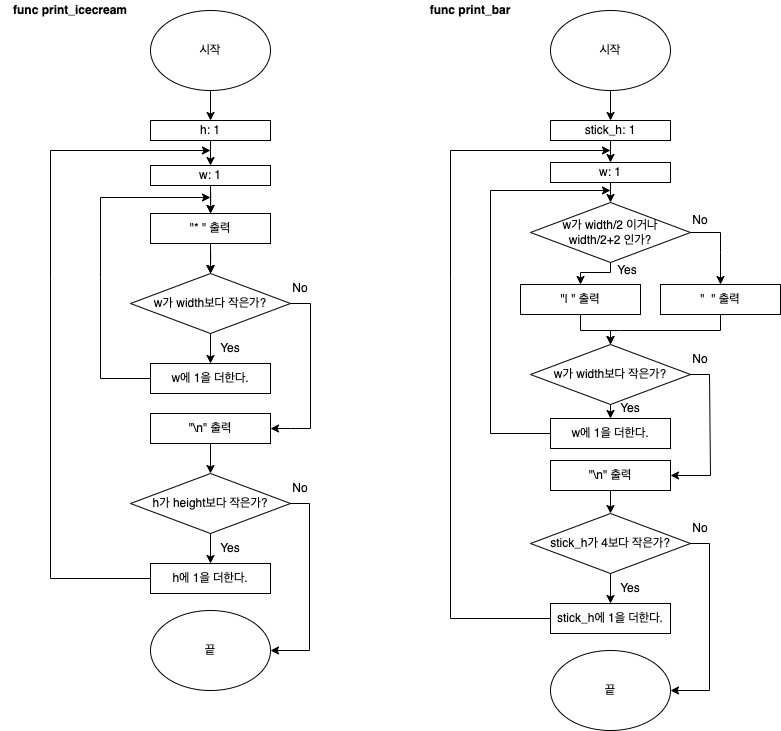
Earlier version of the draw.io export icecream_flowchart.png (yagom-academy/swift-starter-Round1). Source tidied: cells renumbered, new cells last; positions are measured from the earlier drawing's top-left corner, leaving out a move shared by most shapes.
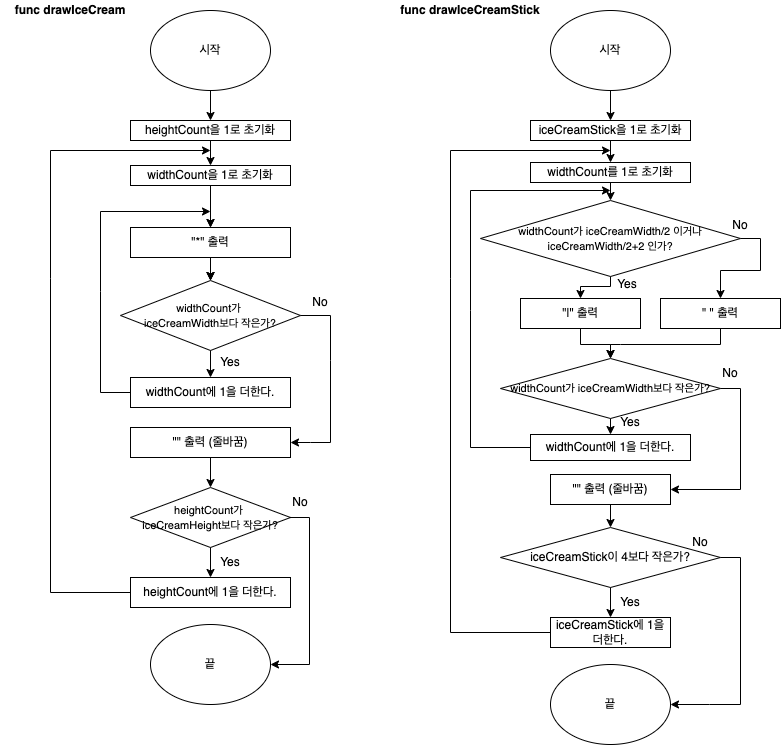
The same file after the commit.

Commit message:
icecream bug fix

What changed in the source:
```diff
@@ -10,71 +10,72 @@
     </mxCell>
     <mxCell id="4" style="edgeStyle=orthogonalEdgeStyle;rounded=0;jettySize=auto;html=1;" parent="1" edge="1" target="7">
       <mxGeometry relative="1" as="geometry">
-        <mxPoint x="210" y="240" as="sourcePoint" />
+        <mxPoint x="210" y="254" as="sourcePoint" />
       </mxGeometry>
     </mxCell>
-    <mxCell id="5" value="h: 1" style="rounded=0;whiteSpace=wrap;html=1;" parent="1" vertex="1">
-      <mxGeometry x="150" y="120" width="120" height="20" as="geometry" />
+    <mxCell id="5" value="heightCount을 1로 초기화" style="rounded=0;whiteSpace=wrap;html=1;" parent="1" vertex="1">
+      <mxGeometry x="130" y="120" width="160" height="20" as="geometry" />
     </mxCell>
     <mxCell id="6" style="endArrow=classic;html=1;rounded=0;exitX=0.5;exitY=1;exitDx=0;exitDy=0;" parent="1" edge="1" source="24" target="50">
       <mxGeometry relative="1" as="geometry" />
     </mxCell>
-    <mxCell id="7" value="w가 width보다 작은가?" style="rhombus;whiteSpace=wrap;html=1;" parent="1" vertex="1">
-      <mxGeometry x="130" y="273" width="160" height="60" as="geometry" />
+    <mxCell id="7" value="&lt;font style=&quot;font-size: 11px;&quot;&gt;widthCount가&amp;nbsp;&lt;br&gt;iceCreamWidth&lt;span style=&quot;background-color: initial;&quot;&gt;보다 작은가?&lt;/span&gt;&lt;/font&gt;" style="rhombus;whiteSpace=wrap;html=1;" parent="1" vertex="1">
+      <mxGeometry x="120" y="280" width="180" height="70" as="geometry" />
     </mxCell>
-    <mxCell id="8" value="w에 1을 더한다." style="rounded=0;whiteSpace=wrap;html=1;" parent="1" vertex="1">
-      <mxGeometry x="150" y="363" width="120" height="30" as="geometry" />
+    <mxCell id="8" value="widthCount에 1을 더한다." style="rounded=0;whiteSpace=wrap;html=1;" parent="1" vertex="1">
+      <mxGeometry x="130" y="377" width="160" height="30" as="geometry" />
     </mxCell>
     <mxCell id="9" style="endArrow=classic;html=1;rounded=0;" parent="1" edge="1" target="7">
       <mxGeometry relative="1" as="geometry">
-        <mxPoint x="210" y="243" as="sourcePoint" />
+        <mxPoint x="210" y="257" as="sourcePoint" />
       </mxGeometry>
     </mxCell>
     <mxCell id="10" style="endArrow=classic;html=1;rounded=0;exitX=0.5;exitY=1;exitDx=0;exitDy=0;entryX=0.5;entryY=0;entryDx=0;entryDy=0;" parent="1" edge="1" source="7" target="8">
       <mxGeometry relative="1" as="geometry" />
     </mxCell>
     <mxCell id="11" value="Yes" style="text;html=1;strokeColor=none;fillColor=none;align=center;verticalAlign=middle;whiteSpace=wrap;rounded=0;" parent="1" vertex="1">
-      <mxGeometry x="200" y="333" width="60" height="30" as="geometry" />
+      <mxGeometry x="200" y="347" width="60" height="30" as="geometry" />
     </mxCell>
-    <mxCell id="12" style="endArrow=classic;html=1;rounded=0;entryX=1;entryY=0.5;entryDx=0;entryDy=0;startArrow=none;" parent="1" edge="1" target="13">
+    <mxCell id="12" style="endArrow=classic;html=1;rounded=0;entryX=1;entryY=0.5;entryDx=0;entryDy=0;startArrow=none;exitX=1;exitY=0.5;exitDx=0;exitDy=0;" parent="1" edge="1" source="7" target="13">
       <mxGeometry relative="1" as="geometry">
-        <mxPoint x="290" y="303" as="sourcePoint" />
         <Array as="points">
-          <mxPoint x="310" y="303" />
-          <mxPoint x="310" y="428" />
-          <mxPoint x="290" y="428" />
+          <mxPoint x="330" y="315" />
+          <mxPoint x="330" y="360" />
+          <mxPoint x="330" y="442" />
+          <mxPoint x="310" y="442" />
+          <mxPoint x="290" y="442" />
         </Array>
       </mxGeometry>
     </mxCell>
-    <mxCell id="13" value="&quot;\n&quot; 출력" style="rounded=0;whiteSpace=wrap;html=1;" parent="1" vertex="1">
-      <mxGeometry x="150" y="413" width="120" height="30" as="geometry" />
+    <mxCell id="13" value="&quot;&quot; 출력 (줄바꿈)" style="rounded=0;whiteSpace=wrap;html=1;" parent="1" vertex="1">
+      <mxGeometry x="130" y="427" width="160" height="30" as="geometry" />
     </mxCell>
     <mxCell id="14" style="endArrow=classic;html=1;rounded=0;exitX=0;exitY=0.5;exitDx=0;exitDy=0;" parent="1" edge="1" source="8">
       <mxGeometry relative="1" as="geometry">
-        <mxPoint x="210" y="197" as="targetPoint" />
+        <mxPoint x="210" y="211" as="targetPoint" />
         <Array as="points">
-          <mxPoint x="100" y="378" />
-          <mxPoint x="100" y="277" />
-          <mxPoint x="100" y="197" />
+          <mxPoint x="100" y="392" />
+          <mxPoint x="100" y="291" />
+          <mxPoint x="100" y="211" />
         </Array>
       </mxGeometry>
     </mxCell>
     <mxCell id="15" value="No" style="text;html=1;strokeColor=none;fillColor=none;align=center;verticalAlign=middle;whiteSpace=wrap;rounded=0;" parent="1" vertex="1">
-      <mxGeometry x="270" y="273" width="60" height="30" as="geometry" />
+      <mxGeometry x="290" y="287" width="60" height="30" as="geometry" />
     </mxCell>
     <mxCell id="16" style="endArrow=classic;html=1;rounded=0;" parent="1" edge="1" target="17">
       <mxGeometry relative="1" as="geometry">
-        <mxPoint x="210" y="443" as="sourcePoint" />
+        <mxPoint x="210" y="457" as="sourcePoint" />
       </mxGeometry>
     </mxCell>
-    <mxCell id="17" value="h가 height보다 작은가?" style="rhombus;whiteSpace=wrap;html=1;" parent="1" vertex="1">
-      <mxGeometry x="130" y="473" width="160" height="60" as="geometry" />
+    <mxCell id="17" value="&lt;font style=&quot;font-size: 11px;&quot;&gt;heightCount가&amp;nbsp;&lt;br&gt;iceCreamHeight&lt;span style=&quot;background-color: initial;&quot;&gt;보다 작은가?&lt;/span&gt;&lt;/font&gt;" style="rhombus;whiteSpace=wrap;html=1;" parent="1" vertex="1">
+      <mxGeometry x="130" y="487" width="160" height="60" as="geometry" />
     </mxCell>
     <mxCell id="18" value="Yes" style="text;html=1;strokeColor=none;fillColor=none;align=center;verticalAlign=middle;whiteSpace=wrap;rounded=0;" parent="1" vertex="1">
-      <mxGeometry x="200" y="533" width="60" height="30" as="geometry" />
+      <mxGeometry x="200" y="547" width="60" height="30" as="geometry" />
     </mxCell>
-    <mxCell id="19" value="h에 1을 더한다." style="rounded=0;whiteSpace=wrap;html=1;" parent="1" vertex="1">
-      <mxGeometry x="150" y="563" width="120" height="30" as="geometry" />
+    <mxCell id="19" value="heightCount에 1을 더한다." style="rounded=0;whiteSpace=wrap;html=1;" parent="1" vertex="1">
+      <mxGeometry x="130" y="577" width="160" height="30" as="geometry" />
     </mxCell>
     <mxCell id="20" style="endArrow=classic;html=1;rounded=0;exitX=0.5;exitY=1;exitDx=0;exitDy=0;" parent="1" edge="1" source="17" target="19">
       <mxGeometry relative="1" as="geometry" />
@@ -83,7 +84,7 @@
       <mxGeometry relative="1" as="geometry">
         <mxPoint x="210" y="150" as="targetPoint" />
         <Array as="points">
-          <mxPoint x="50" y="578" />
+          <mxPoint x="50" y="592" />
           <mxPoint x="50" y="278" />
           <mxPoint x="50" y="150" />
         </Array>
@@ -91,31 +92,31 @@
     </mxCell>
     <mxCell id="22" style="edgeStyle=orthogonalEdgeStyle;rounded=0;jettySize=auto;html=1;" parent="1" edge="1" target="7">
       <mxGeometry relative="1" as="geometry">
-        <mxPoint x="210" y="230" as="sourcePoint" />
+        <mxPoint x="210" y="244" as="sourcePoint" />
       </mxGeometry>
     </mxCell>
     <mxCell id="23" style="edgeStyle=orthogonalEdgeStyle;rounded=0;jettySize=auto;html=1;" parent="1" edge="1" source="24" target="50">
       <mxGeometry relative="1" as="geometry" />
     </mxCell>
-    <mxCell id="24" value="w: 1" style="rounded=0;whiteSpace=wrap;html=1;" parent="1" vertex="1">
-      <mxGeometry x="150" y="165" width="120" height="20" as="geometry" />
+    <mxCell id="24" value="widthCount을 1로 초기화" style="rounded=0;whiteSpace=wrap;html=1;" parent="1" vertex="1">
+      <mxGeometry x="130" y="165" width="160" height="20" as="geometry" />
     </mxCell>
     <mxCell id="25" style="endArrow=classic;html=1;rounded=0;entryX=1;entryY=0.5;entryDx=0;entryDy=0;startArrow=none;" parent="1" edge="1" target="27">
       <mxGeometry relative="1" as="geometry">
-        <mxPoint x="289" y="503" as="sourcePoint" />
+        <mxPoint x="289" y="517" as="sourcePoint" />
         <Array as="points">
-          <mxPoint x="309" y="503" />
-          <mxPoint x="309" y="650" />
+          <mxPoint x="309" y="517" />
+          <mxPoint x="309" y="664" />
         </Array>
       </mxGeometry>
     </mxCell>
     <mxCell id="26" value="No" style="text;html=1;strokeColor=none;fillColor=none;align=center;verticalAlign=middle;whiteSpace=wrap;rounded=0;" parent="1" vertex="1">
-      <mxGeometry x="270" y="473" width="60" height="30" as="geometry" />
+      <mxGeometry x="270" y="487" width="60" height="30" as="geometry" />
     </mxCell>
     <mxCell id="27" value="끝" style="ellipse;whiteSpace=wrap;html=1;" parent="1" vertex="1">
-      <mxGeometry x="150" y="610" width="120" height="80" as="geometry" />
+      <mxGeometry x="150" y="624" width="120" height="80" as="geometry" />
     </mxCell>
-    <mxCell id="28" value="&lt;b style=&quot;&quot;&gt;func print_icecream&lt;/b&gt;" style="text;html=1;strokeColor=none;fillColor=none;align=center;verticalAlign=middle;whiteSpace=wrap;rounded=0;" parent="1" vertex="1">
+    <mxCell id="28" value="&lt;b style=&quot;&quot;&gt;func drawIceCream&lt;/b&gt;" style="text;html=1;strokeColor=none;fillColor=none;align=center;verticalAlign=middle;whiteSpace=wrap;rounded=0;" parent="1" vertex="1">
       <mxGeometry width="140" height="20" as="geometry" />
     </mxCell>
     <mxCell id="29" style="edgeStyle=orthogonalEdgeStyle;rounded=0;jettySize=auto;html=1;exitX=0.5;exitY=1;exitDx=0;exitDy=0;entryX=0.5;entryY=0;entryDx=0;entryDy=0;" parent="1" edge="1" source="30" target="31">
@@ -124,48 +125,48 @@
     <mxCell id="30" value="시작" style="ellipse;whiteSpace=wrap;html=1;" parent="1" vertex="1">
       <mxGeometry x="550" y="10" width="120" height="80" as="geometry" />
     </mxCell>
-    <mxCell id="31" value="stick_h: 1" style="rounded=0;whiteSpace=wrap;html=1;" parent="1" vertex="1">
-      <mxGeometry x="550" y="120" width="120" height="20" as="geometry" />
+    <mxCell id="31" value="iceCreamStick을 1로 초기화" style="rounded=0;whiteSpace=wrap;html=1;" parent="1" vertex="1">
+      <mxGeometry x="530" y="120" width="160" height="20" as="geometry" />
     </mxCell>
     <mxCell id="32" style="endArrow=classic;html=1;rounded=0;exitX=0.5;exitY=1;exitDx=0;exitDy=0;entryX=0.5;entryY=0;entryDx=0;entryDy=0;" parent="1" edge="1" source="31" target="45">
       <mxGeometry relative="1" as="geometry" />
     </mxCell>
-    <mxCell id="33" value="w가 width/2 이거나&lt;br&gt;width/2+2 인가?" style="rhombus;whiteSpace=wrap;html=1;" parent="1" vertex="1">
-      <mxGeometry x="530" y="202" width="160" height="60" as="geometry" />
+    <mxCell id="33" value="&lt;font style=&quot;font-size: 11px;&quot;&gt;widthCount가&amp;nbsp;iceCreamWidth&lt;span style=&quot;background-color: initial;&quot;&gt;/2 이거나&lt;/span&gt;&lt;br&gt;iceCreamWidth/2+2 인가?&lt;/font&gt;" style="rhombus;whiteSpace=wrap;html=1;" parent="1" vertex="1">
+      <mxGeometry x="480" y="200" width="260" height="76" as="geometry" />
     </mxCell>
-    <mxCell id="34" value="&quot;&amp;nbsp; &quot; 출력" style="rounded=0;whiteSpace=wrap;html=1;" parent="1" vertex="1">
-      <mxGeometry x="660" y="284" width="120" height="30" as="geometry" />
+    <mxCell id="34" value="&quot; &quot; 출력" style="rounded=0;whiteSpace=wrap;html=1;" parent="1" vertex="1">
+      <mxGeometry x="660" y="298" width="120" height="30" as="geometry" />
     </mxCell>
     <mxCell id="35" style="endArrow=classic;html=1;rounded=0;exitX=0.5;exitY=1;exitDx=0;exitDy=0;" parent="1" edge="1" source="33" target="54">
       <mxGeometry relative="1" as="geometry">
         <Array as="points">
-          <mxPoint x="610" y="272" />
-          <mxPoint x="580" y="272" />
+          <mxPoint x="610" y="286" />
+          <mxPoint x="580" y="286" />
         </Array>
       </mxGeometry>
     </mxCell>
     <mxCell id="36" value="Yes" style="text;html=1;strokeColor=none;fillColor=none;align=center;verticalAlign=middle;whiteSpace=wrap;rounded=0;" parent="1" vertex="1">
-      <mxGeometry x="600" y="393" width="60" height="30" as="geometry" />
+      <mxGeometry x="600" y="407" width="60" height="30" as="geometry" />
     </mxCell>
-    <mxCell id="37" value="w에 1을 더한다." style="rounded=0;whiteSpace=wrap;html=1;" parent="1" vertex="1">
-      <mxGeometry x="550" y="418" width="120" height="30" as="geometry" />
+    <mxCell id="37" value="widthCount에 1을 더한다." style="rounded=0;whiteSpace=wrap;html=1;" parent="1" vertex="1">
+      <mxGeometry x="530" y="434" width="160" height="26" as="geometry" />
     </mxCell>
     <mxCell id="38" value="No" style="text;html=1;strokeColor=none;fillColor=none;align=center;verticalAlign=middle;whiteSpace=wrap;rounded=0;" parent="1" vertex="1">
-      <mxGeometry x="670" y="205" width="60" height="30" as="geometry" />
+      <mxGeometry x="710" y="210" width="60" height="30" as="geometry" />
     </mxCell>
     <mxCell id="39" style="endArrow=classic;html=1;rounded=0;" parent="1" edge="1" target="40">
       <mxGeometry relative="1" as="geometry">
-        <mxPoint x="610" y="490" as="sourcePoint" />
+        <mxPoint x="610" y="504" as="sourcePoint" />
       </mxGeometry>
     </mxCell>
-    <mxCell id="40" value="stick_h가 4보다 작은가?" style="rhombus;whiteSpace=wrap;html=1;" parent="1" vertex="1">
-      <mxGeometry x="530" y="513" width="160" height="60" as="geometry" />
+    <mxCell id="40" value="iceCreamStick이&amp;nbsp;4보다 작은가?" style="rhombus;whiteSpace=wrap;html=1;" parent="1" vertex="1">
+      <mxGeometry x="500" y="527" width="220" height="60" as="geometry" />
     </mxCell>
     <mxCell id="41" value="Yes" style="text;html=1;strokeColor=none;fillColor=none;align=center;verticalAlign=middle;whiteSpace=wrap;rounded=0;" parent="1" vertex="1">
-      <mxGeometry x="600" y="573" width="60" height="30" as="geometry" />
+      <mxGeometry x="600" y="587" width="60" height="30" as="geometry" />
     </mxCell>
-    <mxCell id="42" value="stick_h에 1을 더한다." style="rounded=0;whiteSpace=wrap;html=1;" parent="1" vertex="1">
-      <mxGeometry x="550" y="603" width="120" height="30" as="geometry" />
+    <mxCell id="42" value="iceCreamStick에 1을 더한다." style="rounded=0;whiteSpace=wrap;html=1;" parent="1" vertex="1">
+      <mxGeometry x="550" y="617" width="120" height="30" as="geometry" />
     </mxCell>
     <mxCell id="43" style="endArrow=classic;html=1;rounded=0;exitX=0.5;exitY=1;exitDx=0;exitDy=0;" parent="1" edge="1" source="40" target="42">
       <mxGeometry relative="1" as="geometry" />
@@ -174,56 +175,56 @@
       <mxGeometry relative="1" as="geometry">
         <mxPoint x="610" y="150" as="targetPoint" />
         <Array as="points">
-          <mxPoint x="450" y="618" />
+          <mxPoint x="450" y="632" />
           <mxPoint x="450" y="278" />
           <mxPoint x="450" y="150" />
         </Array>
       </mxGeometry>
     </mxCell>
-    <mxCell id="45" value="w: 1" style="rounded=0;whiteSpace=wrap;html=1;" parent="1" vertex="1">
-      <mxGeometry x="550" y="162" width="120" height="20" as="geometry" />
+    <mxCell id="45" value="widthCount를 1로 초기화" style="rounded=0;whiteSpace=wrap;html=1;" parent="1" vertex="1">
+      <mxGeometry x="530" y="162" width="160" height="20" as="geometry" />
     </mxCell>
-    <mxCell id="46" style="endArrow=classic;html=1;rounded=0;entryX=1;entryY=0.5;entryDx=0;entryDy=0;startArrow=none;" parent="1" edge="1" target="48">
+    <mxCell id="46" style="endArrow=classic;html=1;rounded=0;entryX=1;entryY=0.5;entryDx=0;entryDy=0;startArrow=none;exitX=1;exitY=0.5;exitDx=0;exitDy=0;" parent="1" edge="1" source="40" target="48">
       <mxGeometry relative="1" as="geometry">
-        <mxPoint x="689" y="543" as="sourcePoint" />
         <Array as="points">
-          <mxPoint x="709" y="543" />
-          <mxPoint x="709" y="690" />
+          <mxPoint x="740" y="557" />
+          <mxPoint x="740" y="704" />
+          <mxPoint x="709" y="704" />
         </Array>
       </mxGeometry>
     </mxCell>
     <mxCell id="47" value="No" style="text;html=1;strokeColor=none;fillColor=none;align=center;verticalAlign=middle;whiteSpace=wrap;rounded=0;" parent="1" vertex="1">
-      <mxGeometry x="670" y="513" width="60" height="30" as="geometry" />
+      <mxGeometry x="670" y="527" width="60" height="30" as="geometry" />
     </mxCell>
     <mxCell id="48" value="끝" style="ellipse;whiteSpace=wrap;html=1;" parent="1" vertex="1">
-      <mxGeometry x="550" y="650" width="120" height="80" as="geometry" />
+      <mxGeometry x="550" y="664" width="120" height="80" as="geometry" />
     </mxCell>
-    <mxCell id="49" value="&lt;b style=&quot;&quot;&gt;func print_bar&lt;/b&gt;" style="text;html=1;strokeColor=none;fillColor=none;align=center;verticalAlign=middle;whiteSpace=wrap;rounded=0;" parent="1" vertex="1">
-      <mxGeometry x="400" width="140" height="20" as="geometry" />
+    <mxCell id="49" value="&lt;b style=&quot;&quot;&gt;func drawIceCreamStick&lt;/b&gt;" style="text;html=1;strokeColor=none;fillColor=none;align=center;verticalAlign=middle;whiteSpace=wrap;rounded=0;" parent="1" vertex="1">
+      <mxGeometry x="380" width="180" height="20" as="geometry" />
     </mxCell>
-    <mxCell id="50" value="&quot;* &quot;&amp;nbsp;출력" style="rounded=0;whiteSpace=wrap;html=1;" parent="1" vertex="1">
-      <mxGeometry x="150" y="213" width="120" height="30" as="geometry" />
+    <mxCell id="50" value="&quot;*&quot;&amp;nbsp;출력" style="rounded=0;whiteSpace=wrap;html=1;" parent="1" vertex="1">
+      <mxGeometry x="130" y="227" width="160" height="30" as="geometry" />
     </mxCell>
     <mxCell id="51" style="endArrow=classic;html=1;rounded=0;exitX=0.5;exitY=1;exitDx=0;exitDy=0;entryX=0.5;entryY=0;entryDx=0;entryDy=0;" parent="1" edge="1" source="5" target="24">
       <mxGeometry relative="1" as="geometry" />
     </mxCell>
     <mxCell id="52" value="Yes" style="text;html=1;strokeColor=none;fillColor=none;align=center;verticalAlign=middle;whiteSpace=wrap;rounded=0;" parent="1" vertex="1">
-      <mxGeometry x="597" y="255" width="60" height="30" as="geometry" />
+      <mxGeometry x="597" y="269" width="60" height="30" as="geometry" />
     </mxCell>
-    <mxCell id="53" style="endArrow=classic;html=1;rounded=0;entryX=0.5;entryY=0;entryDx=0;entryDy=0;startArrow=none;" parent="1" edge="1" target="34">
+    <mxCell id="53" style="endArrow=classic;html=1;rounded=0;entryX=0.5;entryY=0;entryDx=0;entryDy=0;startArrow=none;exitX=1;exitY=0.5;exitDx=0;exitDy=0;" parent="1" edge="1" source="33" target="34">
       <mxGeometry relative="1" as="geometry">
-        <mxPoint x="690" y="232" as="sourcePoint" />
         <Array as="points">
-          <mxPoint x="720" y="232" />
-          <mxPoint x="720" y="252" />
+          <mxPoint x="760" y="238" />
+          <mxPoint x="760" y="270" />
+          <mxPoint x="720" y="270" />
         </Array>
       </mxGeometry>
     </mxCell>
-    <mxCell id="54" value="&quot;| &quot; 출력" style="rounded=0;whiteSpace=wrap;html=1;" parent="1" vertex="1">
-      <mxGeometry x="520" y="284" width="120" height="30" as="geometry" />
+    <mxCell id="54" value="&quot;|&quot; 출력" style="rounded=0;whiteSpace=wrap;html=1;" parent="1" vertex="1">
+      <mxGeometry x="520" y="298" width="120" height="30" as="geometry" />
     </mxCell>
-    <mxCell id="55" value="w가 width보다 작은가?" style="rhombus;whiteSpace=wrap;html=1;" parent="1" vertex="1">
-      <mxGeometry x="530" y="344" width="160" height="60" as="geometry" />
+    <mxCell id="55" value="&lt;font style=&quot;font-size: 11px;&quot;&gt;widthCount가&amp;nbsp;iceCreamWidth&lt;span style=&quot;background-color: initial;&quot;&gt;보다 작은가?&lt;/span&gt;&lt;/font&gt;" style="rhombus;whiteSpace=wrap;html=1;" parent="1" vertex="1">
+      <mxGeometry x="500" y="358" width="220" height="60" as="geometry" />
     </mxCell>
     <mxCell id="56" style="endArrow=classic;html=1;rounded=0;exitX=0.5;exitY=1;exitDx=0;exitDy=0;entryX=0.5;entryY=0;entryDx=0;entryDy=0;" parent="1" edge="1" source="45" target="33">
       <mxGeometry relative="1" as="geometry" />
@@ -231,17 +232,17 @@
     <mxCell id="57" style="endArrow=classic;html=1;rounded=0;exitX=0.5;exitY=1;exitDx=0;exitDy=0;entryX=0.5;entryY=0;entryDx=0;entryDy=0;" parent="1" edge="1" source="54" target="55">
       <mxGeometry relative="1" as="geometry">
         <Array as="points">
-          <mxPoint x="580" y="330" />
-          <mxPoint x="610" y="330" />
+          <mxPoint x="580" y="344" />
+          <mxPoint x="610" y="344" />
         </Array>
       </mxGeometry>
     </mxCell>
     <mxCell id="58" style="endArrow=classic;html=1;rounded=0;entryX=0.5;entryY=0;entryDx=0;entryDy=0;exitX=0.5;exitY=1;exitDx=0;exitDy=0;" parent="1" edge="1" source="34" target="55">
       <mxGeometry relative="1" as="geometry">
         <Array as="points">
-          <mxPoint x="720" y="330" />
-          <mxPoint x="620" y="330" />
-          <mxPoint x="610" y="330" />
+          <mxPoint x="720" y="344" />
+          <mxPoint x="620" y="344" />
+          <mxPoint x="610" y="344" />
         </Array>
       </mxGeometry>
     </mxCell>
@@ -249,26 +250,26 @@
       <mxGeometry relative="1" as="geometry" />
     </mxCell>
     <mxCell id="60" value="No" style="text;html=1;strokeColor=none;fillColor=none;align=center;verticalAlign=middle;whiteSpace=wrap;rounded=0;" parent="1" vertex="1">
-      <mxGeometry x="670" y="344" width="60" height="30" as="geometry" />
+      <mxGeometry x="700" y="358" width="60" height="30" as="geometry" />
     </mxCell>
-    <mxCell id="61" style="endArrow=classic;html=1;rounded=0;entryX=1;entryY=0.5;entryDx=0;entryDy=0;startArrow=none;" parent="1" edge="1" target="62">
+    <mxCell id="61" style="endArrow=classic;html=1;rounded=0;entryX=1;entryY=0.5;entryDx=0;entryDy=0;startArrow=none;exitX=1;exitY=0.5;exitDx=0;exitDy=0;" parent="1" edge="1" source="55" target="62">
       <mxGeometry relative="1" as="geometry">
-        <mxPoint x="689" y="374" as="sourcePoint" />
         <Array as="points">
-          <mxPoint x="709" y="374" />
-          <mxPoint x="710" y="475" />
+          <mxPoint x="740" y="388" />
+          <mxPoint x="740" y="489" />
         </Array>
       </mxGeometry>
     </mxCell>
-    <mxCell id="62" value="&quot;\n&quot; 출력" style="rounded=0;whiteSpace=wrap;html=1;" parent="1" vertex="1">
-      <mxGeometry x="550" y="460" width="120" height="30" as="geometry" />
+    <mxCell id="62" value="&quot;&quot; 출력 (줄바꿈)" style="rounded=0;whiteSpace=wrap;html=1;" parent="1" vertex="1">
+      <mxGeometry x="550" y="474" width="120" height="30" as="geometry" />
     </mxCell>
     <mxCell id="63" style="endArrow=classic;html=1;rounded=0;exitX=0;exitY=0.5;exitDx=0;exitDy=0;" parent="1" edge="1" source="37">
       <mxGeometry relative="1" as="geometry">
         <mxPoint x="610" y="190" as="targetPoint" />
         <Array as="points">
-          <mxPoint x="490" y="433" />
-          <mxPoint x="490" y="190" />
+          <mxPoint x="470" y="447" />
+          <mxPoint x="470" y="310" />
+          <mxPoint x="470" y="190" />
         </Array>
       </mxGeometry>
     </mxCell>
```
